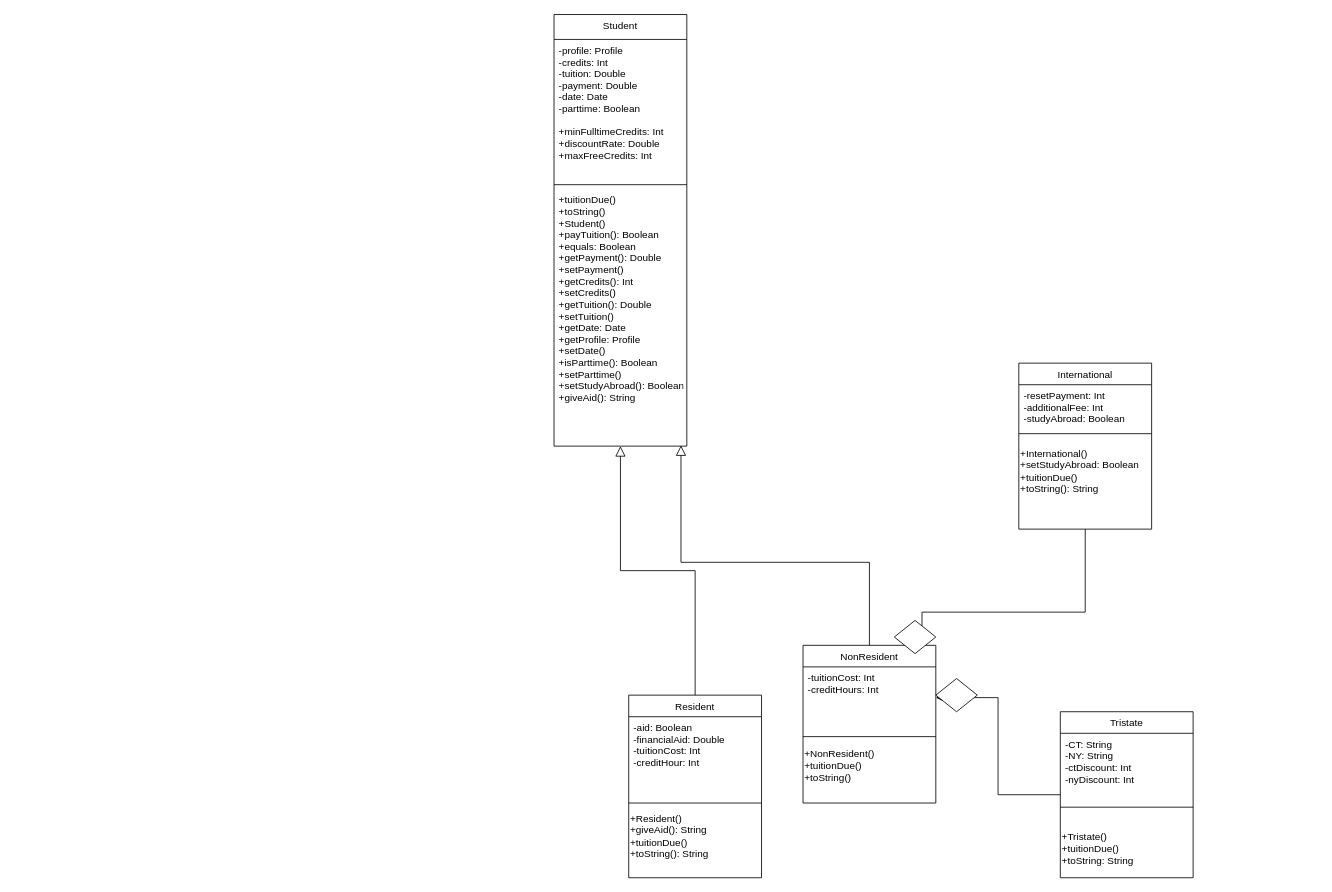
Earlier version of the draw.io diagram Untitled Diagram.drawio (rudaniel/changProjects). Source tidied: cells renumbered, new cells numbered last; positions are measured from the earlier drawing's top-left corner, leaving out a move shared by most shapes. Both pictures are drawn from the tidied source at 83%, with x=0, y=0 at pixel (554, 14).
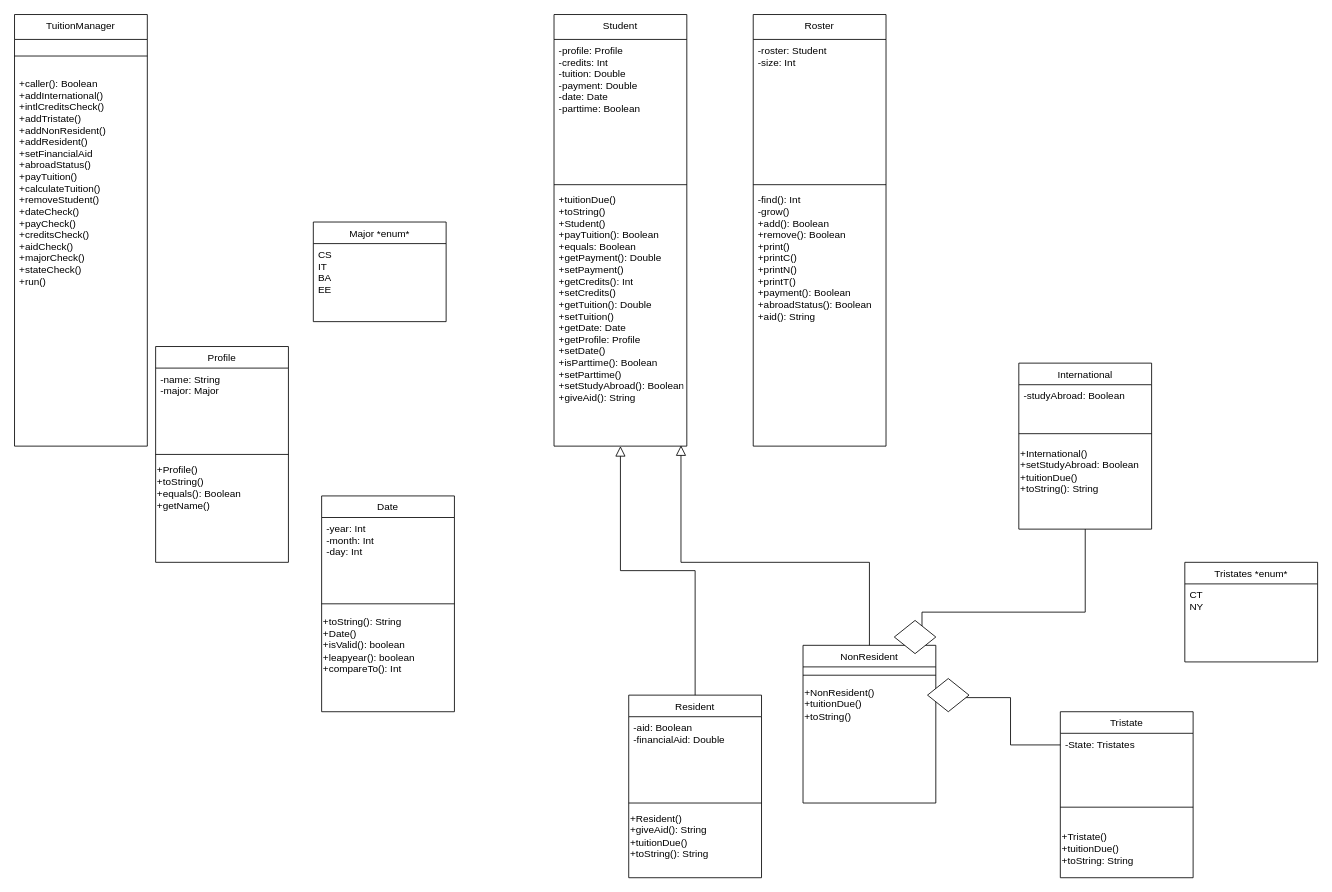
After the change.

Unchanged cells that the change refers to:
```xml
<mxCell id="2" value="Student" style="swimlane;fontStyle=0;align=center;verticalAlign=top;horizontal=1;startSize=30;rounded=0;shadow=0;strokeWidth=1;" parent="1" vertex="1">
  <mxGeometry width="160" height="520" as="geometry" />
</mxCell>
<mxCell id="6" value="International" style="swimlane;fontStyle=0;align=center;verticalAlign=top;horizontal=1;startSize=26;rounded=0;shadow=0;strokeWidth=1;" parent="1" vertex="1">
  <mxGeometry x="560" y="420" width="160" height="200" as="geometry" />
</mxCell>
<mxCell id="10" value="Resident" style="swimlane;fontStyle=0;align=center;verticalAlign=top;horizontal=1;startSize=26;rounded=0;shadow=0;strokeWidth=1;" parent="1" vertex="1">
  <mxGeometry x="90" y="820" width="160" height="220" as="geometry" />
</mxCell>
<mxCell id="15" value="NonResident" style="swimlane;fontStyle=0;align=center;verticalAlign=top;horizontal=1;startSize=26;rounded=0;shadow=0;strokeWidth=1;" parent="1" vertex="1">
  <mxGeometry x="300" y="760" width="160" height="190" as="geometry" />
</mxCell>
<mxCell id="23" value="Tristate" style="swimlane;fontStyle=0;align=center;verticalAlign=top;horizontal=1;startSize=26;rounded=0;shadow=0;strokeWidth=1;" parent="1" vertex="1">
  <mxGeometry x="610" y="840" width="160" height="200" as="geometry" />
</mxCell>
```

Diff of the diagram source:
```diff
@@
-    <mxCell id="3" value="-profile: Profile&#10;-credits: Int&#10;-tuition: Double&#10;-payment: Double&#10;-date: Date&#10;-parttime: Boolean&#10;&#10;+minFulltimeCredits: Int&#10;+discountRate: Double&#10;+maxFreeCredits: Int &#10;" style="text;align=left;verticalAlign=top;spacingLeft=4;spacingRight=4;overflow=hidden;rounded=0;shadow=0;html=0;" parent="2" vertex="1">
+    <mxCell id="3" value="-profile: Profile&#10;-credits: Int&#10;-tuition: Double&#10;-payment: Double&#10;-date: Date&#10;-parttime: Boolean&#10;&#10; &#10;" style="text;align=left;verticalAlign=top;spacingLeft=4;spacingRight=4;overflow=hidden;rounded=0;shadow=0;html=0;" parent="2" vertex="1">
       <mxGeometry y="30" width="160" height="170" as="geometry" />
     </mxCell>
@@
-    <mxCell id="7" value="-resetPayment: Int&#10;-additionalFee: Int&#10;-studyAbroad: Boolean" style="text;align=left;verticalAlign=top;spacingLeft=4;spacingRight=4;overflow=hidden;" parent="6" vertex="1">
+    <mxCell id="7" value="-studyAbroad: Boolean" style="text;align=left;verticalAlign=top;spacingLeft=4;spacingRight=4;overflow=hidden;" parent="6" vertex="1">
       <mxGeometry y="26" width="160" height="44" as="geometry" />
     </mxCell>
@@
-    <mxCell id="11" value="-aid: Boolean&#10;-financialAid: Double&#10;-tuitionCost: Int&#10;-creditHour: Int" style="text;align=left;verticalAlign=top;spacingLeft=4;spacingRight=4;overflow=hidden;" parent="10" vertex="1">
+    <mxCell id="11" value="-aid: Boolean&#10;-financialAid: Double&#10;" style="text;align=left;verticalAlign=top;spacingLeft=4;spacingRight=4;overflow=hidden;" parent="10" vertex="1">
       <mxGeometry y="26" width="160" height="94" as="geometry" />
     </mxCell>
@@
-    <mxCell id="16" value="-tuitionCost: Int&#10;-creditHours: Int" style="text;align=left;verticalAlign=top;spacingLeft=4;spacingRight=4;overflow=hidden;points=[[0,0.5],[1,0.5]];portConstraint=eastwest;" parent="15" vertex="1">
-      <mxGeometry y="26" width="160" height="74" as="geometry" />
-    </mxCell>
     <mxCell id="17" style="line;html=1;strokeWidth=1;align=left;verticalAlign=middle;spacingTop=-1;spacingLeft=3;spacingRight=3;labelPosition=right;" parent="15" vertex="1">
-      <mxGeometry y="100" width="160" height="20" as="geometry" />
+      <mxGeometry y="26" width="160" height="20" as="geometry" />
     </mxCell>
     <mxCell id="18" value="+NonResident()&lt;br&gt;+tuitionDue()&lt;br&gt;+toString()" style="text;html=1;align=left;verticalAlign=middle;strokeColor=none;fillColor=none;" parent="15" vertex="1">
-      <mxGeometry y="120" width="160" height="50" as="geometry" />
+      <mxGeometry y="46" width="160" height="50" as="geometry" />
     </mxCell>
@@
-    <mxCell id="22" style="edgeStyle=orthogonalEdgeStyle;rounded=0;jettySize=auto;html=1;entryX=1;entryY=0.5;entryDx=0;entryDy=0;" parent="1" edge="1" source="23" target="16">
-      <mxGeometry relative="1" as="geometry" />
+    <mxCell id="22" style="edgeStyle=orthogonalEdgeStyle;rounded=0;jettySize=auto;html=1;entryX=1;entryY=0.5;entryDx=0;entryDy=0;" parent="1" edge="1" source="23">
+      <mxGeometry relative="1" as="geometry">
+        <mxPoint x="460" y="823" as="targetPoint" />
+        <Array as="points">
+          <mxPoint x="550" y="880" />
+          <mxPoint x="550" y="823" />
+        </Array>
+      </mxGeometry>
     </mxCell>
@@
-    <mxCell id="24" value="-CT: String&#10;-NY: String&#10;-ctDiscount: Int&#10;-nyDiscount: Int" style="text;align=left;verticalAlign=top;spacingLeft=4;spacingRight=4;overflow=hidden;" parent="23" vertex="1">
+    <mxCell id="24" value="-State: Tristates" style="text;align=left;verticalAlign=top;spacingLeft=4;spacingRight=4;overflow=hidden;" parent="23" vertex="1">
       <mxGeometry y="26" width="160" height="64" as="geometry" />
     </mxCell>
@@
     <mxCell id="27" style="rhombus;whiteSpace=wrap;html=1;align=left;" parent="1" vertex="1">
-      <mxGeometry x="460" y="800" width="50" height="40" as="geometry" />
+      <mxGeometry x="450" y="800" width="50" height="40" as="geometry" />
     </mxCell>
+    <mxCell id="28" value="Date" style="swimlane;fontStyle=0;align=center;verticalAlign=top;horizontal=1;startSize=26;rounded=0;shadow=0;strokeWidth=1;" parent="1" vertex="1">
+      <mxGeometry x="-280" y="580" width="160" height="260" as="geometry" />
+    </mxCell>
+    <mxCell id="29" value="-year: Int&#10;-month: Int&#10;-day: Int &#10;" style="text;align=left;verticalAlign=top;spacingLeft=4;spacingRight=4;overflow=hidden;" parent="28" vertex="1">
+      <mxGeometry y="26" width="160" height="94" as="geometry" />
+    </mxCell>
+    <mxCell id="30" style="line;html=1;strokeWidth=1;align=left;verticalAlign=middle;spacingTop=-1;spacingLeft=3;spacingRight=3;labelPosition=right;" parent="28" vertex="1">
+      <mxGeometry y="120" width="160" height="20" as="geometry" />
+    </mxCell>
+    <mxCell id="31" value="+toString(): String&lt;br&gt;+Date()&lt;br&gt;+isValid(): boolean&lt;br&gt;+leapyear(): boolean&lt;br&gt;+compareTo(): Int" style="text;html=1;align=left;verticalAlign=middle;strokeColor=none;fillColor=none;" parent="28" vertex="1">
+      <mxGeometry y="140" width="160" height="80" as="geometry" />
+    </mxCell>
+    <mxCell id="32" value="Major *enum*" style="swimlane;fontStyle=0;align=center;verticalAlign=top;horizontal=1;startSize=26;rounded=0;shadow=0;strokeWidth=1;" parent="1" vertex="1">
+      <mxGeometry x="-290" y="250" width="160" height="120" as="geometry" />
+    </mxCell>
+    <mxCell id="33" value="CS&#10;IT&#10;BA&#10;EE&#10;" style="text;align=left;verticalAlign=top;spacingLeft=4;spacingRight=4;overflow=hidden;" parent="32" vertex="1">
+      <mxGeometry y="26" width="160" height="94" as="geometry" />
+    </mxCell>
+    <mxCell id="34" value="Profile" style="swimlane;fontStyle=0;align=center;verticalAlign=top;horizontal=1;startSize=26;rounded=0;shadow=0;strokeWidth=1;" parent="1" vertex="1">
+      <mxGeometry x="-480" y="400" width="160" height="260" as="geometry" />
+    </mxCell>
+    <mxCell id="35" value="-name: String&#10;-major: Major" style="text;align=left;verticalAlign=top;spacingLeft=4;spacingRight=4;overflow=hidden;" parent="34" vertex="1">
+      <mxGeometry y="26" width="160" height="94" as="geometry" />
+    </mxCell>
+    <mxCell id="36" style="line;html=1;strokeWidth=1;align=left;verticalAlign=middle;spacingTop=-1;spacingLeft=3;spacingRight=3;labelPosition=right;" parent="34" vertex="1">
+      <mxGeometry y="120" width="160" height="20" as="geometry" />
+    </mxCell>
+    <mxCell id="37" value="+Profile()&lt;br&gt;+toString()&lt;br&gt;+equals(): Boolean&lt;br&gt;+getName()" style="text;html=1;align=left;verticalAlign=middle;strokeColor=none;fillColor=none;" parent="34" vertex="1">
+      <mxGeometry y="140" width="160" height="60" as="geometry" />
+    </mxCell>
+    <mxCell id="38" value="Roster" style="swimlane;fontStyle=0;align=center;verticalAlign=top;horizontal=1;startSize=30;rounded=0;shadow=0;strokeWidth=1;" parent="1" vertex="1">
+      <mxGeometry x="240" width="160" height="520" as="geometry" />
+    </mxCell>
+    <mxCell id="39" value="-roster: Student&#10;-size: Int&#10;&#10; &#10;" style="text;align=left;verticalAlign=top;spacingLeft=4;spacingRight=4;overflow=hidden;rounded=0;shadow=0;html=0;" parent="38" vertex="1">
+      <mxGeometry y="30" width="160" height="170" as="geometry" />
+    </mxCell>
+    <mxCell id="40" style="line;html=1;strokeWidth=1;align=left;verticalAlign=middle;spacingTop=-1;spacingLeft=3;spacingRight=3;labelPosition=right;" parent="38" vertex="1">
+      <mxGeometry y="200" width="160" height="10" as="geometry" />
+    </mxCell>
+    <mxCell id="41" value="-find(): Int&#10;-grow()&#10;+add(): Boolean&#10;+remove(): Boolean&#10;+print()&#10;+printC()&#10;+printN()&#10;+printT()&#10;+payment(): Boolean&#10;+abroadStatus(): Boolean&#10;+aid(): String" style="text;align=left;verticalAlign=top;spacingLeft=4;spacingRight=4;overflow=hidden;" parent="38" vertex="1">
+      <mxGeometry y="210" width="160" height="310" as="geometry" />
+    </mxCell>
+    <mxCell id="42" value="Tristates *enum*" style="swimlane;fontStyle=0;align=center;verticalAlign=top;horizontal=1;startSize=26;rounded=0;shadow=0;strokeWidth=1;" parent="1" vertex="1">
+      <mxGeometry x="760" y="660" width="160" height="120" as="geometry" />
+    </mxCell>
+    <mxCell id="43" value="CT&#10;NY" style="text;align=left;verticalAlign=top;spacingLeft=4;spacingRight=4;overflow=hidden;" parent="42" vertex="1">
+      <mxGeometry y="26" width="160" height="94" as="geometry" />
+    </mxCell>
+    <mxCell id="44" value="TuitionManager" style="swimlane;fontStyle=0;align=center;verticalAlign=top;horizontal=1;startSize=30;rounded=0;shadow=0;strokeWidth=1;" parent="1" vertex="1">
+      <mxGeometry x="-650" width="160" height="520" as="geometry" />
+    </mxCell>
+    <mxCell id="45" style="line;html=1;strokeWidth=1;align=left;verticalAlign=middle;spacingTop=-1;spacingLeft=3;spacingRight=3;labelPosition=right;" parent="44" vertex="1">
+      <mxGeometry y="30" width="160" height="40" as="geometry" />
+    </mxCell>
+    <mxCell id="46" value="+caller(): Boolean&#10;+addInternational()&#10;+intlCreditsCheck()&#10;+addTristate()&#10;+addNonResident()&#10;+addResident()&#10;+setFinancialAid&#10;+abroadStatus()&#10;+payTuition()&#10;+calculateTuition()&#10;+removeStudent()&#10;+dateCheck()&#10;+payCheck()&#10;+creditsCheck()&#10;+aidCheck()&#10;+majorCheck()&#10;+stateCheck()&#10;+run()" style="text;align=left;verticalAlign=top;spacingLeft=4;spacingRight=4;overflow=hidden;" parent="44" vertex="1">
+      <mxGeometry y="70" width="160" height="310" as="geometry" />
+    </mxCell>
```
